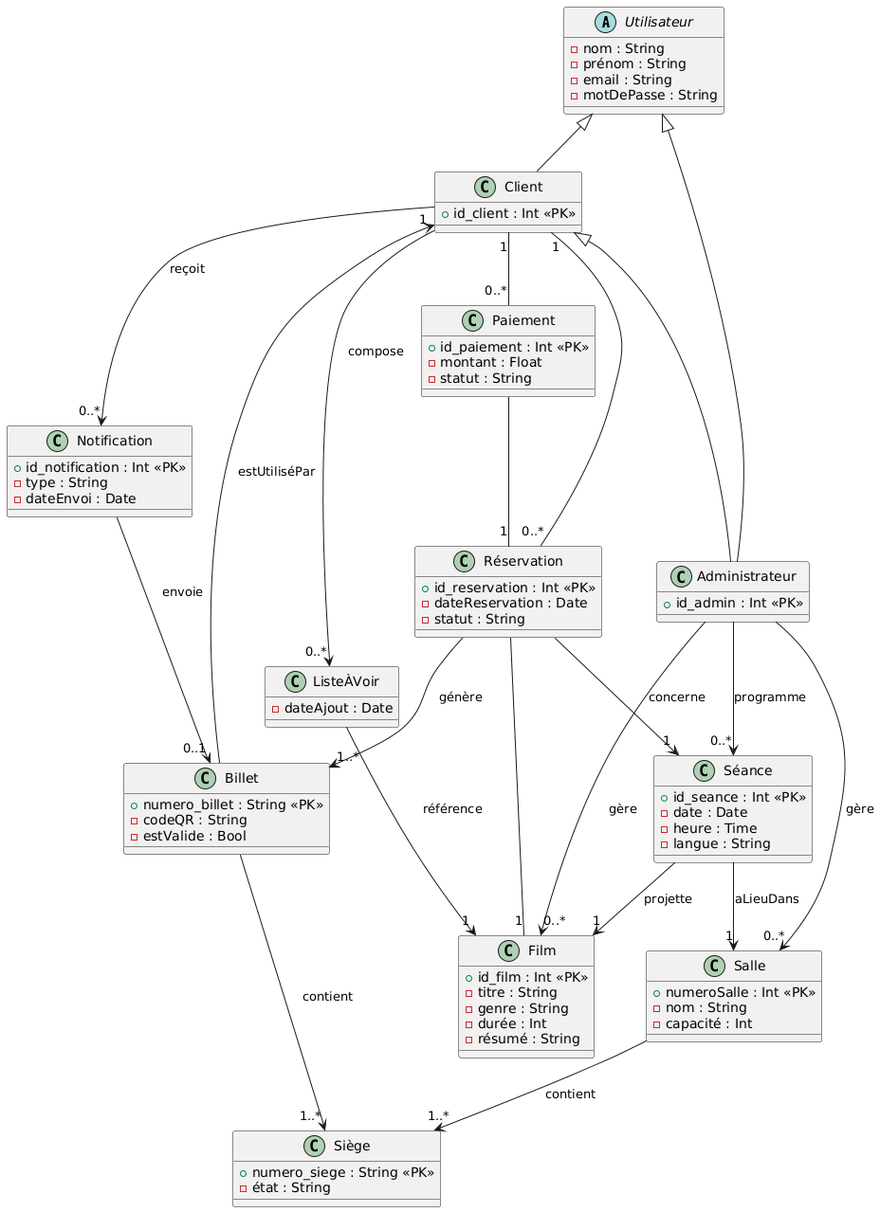
barbouchyoussef/GithubAGL keeps this PlantUML diagram as Diagrammes/diagramme_de_classe.png. Above is the earlier version.
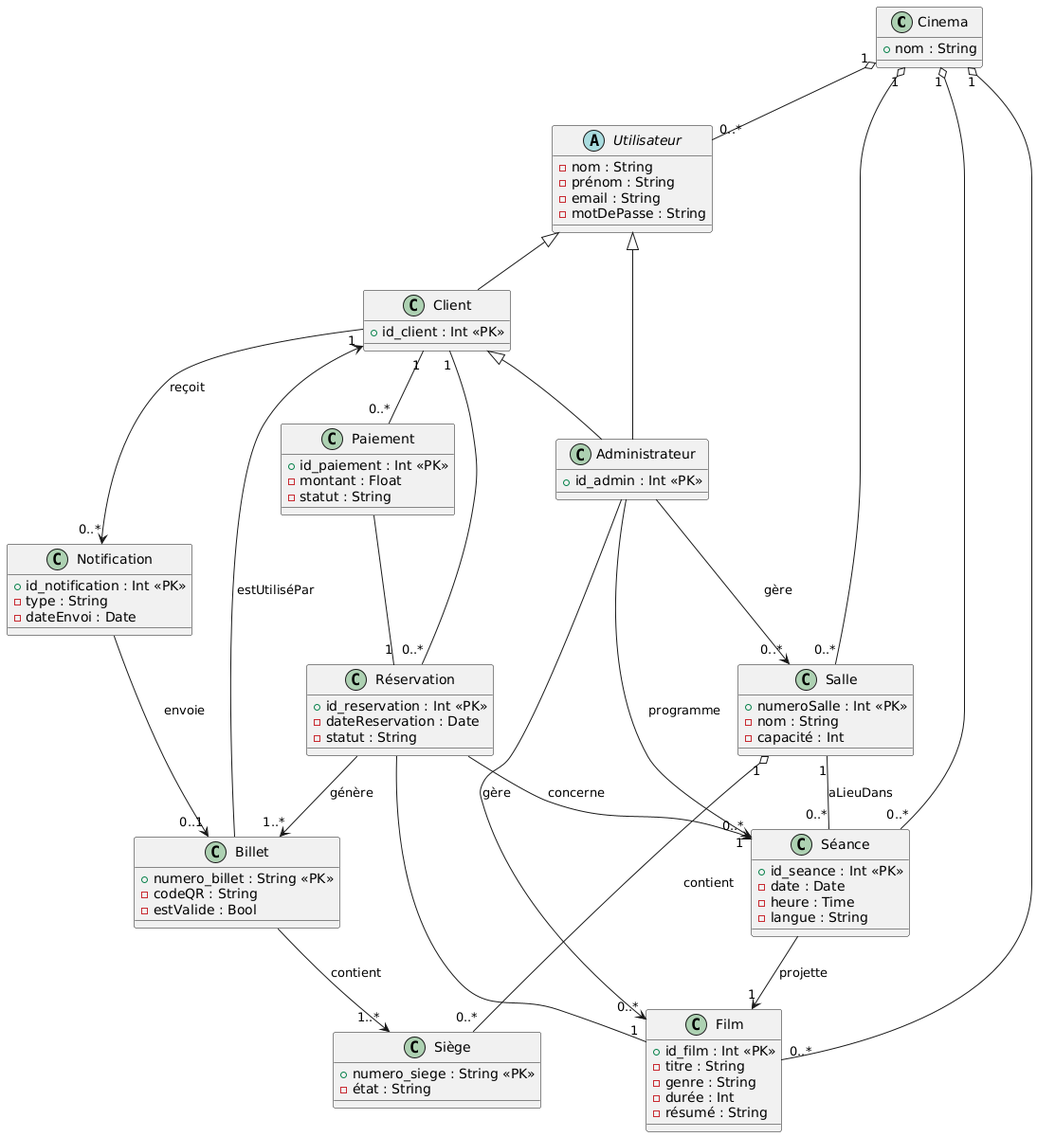
After the change.

Commit message:
Modification des photos du diagramme de classes

Change to the diagram source:
```diff
@@ -1,6 +1,10 @@
 @startuml
+
+class Cinema {
+  + nom : String
+}
+
 abstract class Utilisateur {
-
   - nom : String
   - prénom : String
   - email : String
@@ -69,10 +73,14 @@
   - dateEnvoi : Date
 }
 
-class ListeÀVoir {
-  - dateAjout : Date
-}
 
+Cinema "1" o-- "0..*" Salle
+Cinema "1" o-- "0..*" Film
+Cinema "1" o-- "0..*" Séance
+Cinema "1" o-- "0..*" Utilisateur
+
+Salle "1" o-- "0..*" Siège : contient
+Salle "1" -- "0..*" Séance : aLieuDans
 
 Client "1" -- "0..*" Réservation
 Réservation -- "1" Film
@@ -84,13 +92,11 @@
 Réservation --> "1" Séance : concerne
 Billet --> "1" Client : estUtiliséPar
 Billet --> "1..*" Siège : contient
+
 Séance --> "1" Film : projette
-Séance --> "1" Salle : aLieuDans
-Salle --> "1..*" Siège : contient
 Client --> "0..*" Notification : reçoit
 Notification --> "0..1" Billet : envoie
-Client --> "0..*" ListeÀVoir : compose
-ListeÀVoir --> "1" Film : référence
+
 Administrateur --> "0..*" Film : gère
 Administrateur --> "0..*" Salle : gère
 Administrateur --> "0..*" Séance : programme
```
